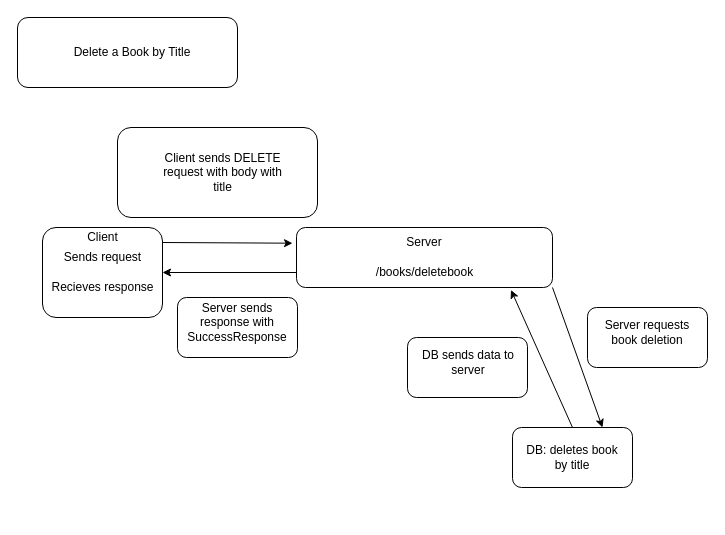
Above: page "delete" (3 of 4) of crudbookdesign/diagrams.drawio in mz106/week-7-repo-beta (draw.io), before the change. Source tidied: cells renumbered, new cells numbered last; positions are measured from the earlier drawing's top-left corner, leaving out a move shared by most shapes. Both pictures are drawn from the tidied source at 100%, with x=0, y=0 at pixel (17, 17).
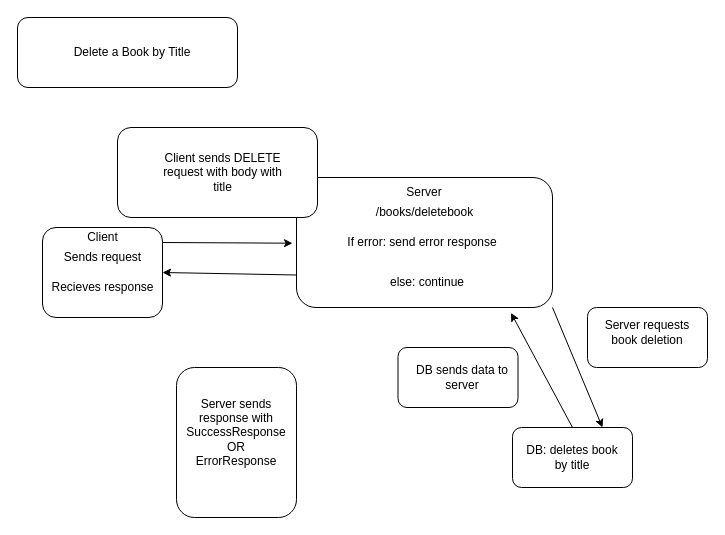
The same page after the edit.

Change to the diagram source:
```diff
@@
     <mxCell id="9" style="rounded=1;whiteSpace=wrap;html=1;" parent="1" vertex="1">
-      <mxGeometry x="279" y="210" width="256" height="60" as="geometry" />
+      <mxGeometry x="279" y="160" width="256" height="130" as="geometry" />
     </mxCell>
     <mxCell id="10" value="/books/deletebook" style="text;html=1;strokeColor=none;fillColor=none;align=center;verticalAlign=middle;whiteSpace=wrap;rounded=0;" parent="1" vertex="1">
-      <mxGeometry x="338.5" y="240" width="137" height="30" as="geometry" />
+      <mxGeometry x="338.5" y="180" width="137" height="30" as="geometry" />
     </mxCell>
@@
     <mxCell id="15" value="Server" style="text;html=1;strokeColor=none;fillColor=none;align=center;verticalAlign=middle;whiteSpace=wrap;rounded=0;" parent="1" vertex="1">
-      <mxGeometry x="377" y="210" width="60" height="30" as="geometry" />
+      <mxGeometry x="377" y="160" width="60" height="30" as="geometry" />
     </mxCell>
@@
     <mxCell id="18" style="rounded=1;whiteSpace=wrap;html=1;" parent="1" vertex="1">
-      <mxGeometry x="160" y="280" width="120" height="60" as="geometry" />
+      <mxGeometry x="159" y="350" width="120" height="150" as="geometry" />
     </mxCell>
-    <mxCell id="19" value="Server sends response with SuccessResponse" style="text;html=1;strokeColor=none;fillColor=none;align=center;verticalAlign=middle;whiteSpace=wrap;rounded=0;" parent="1" vertex="1">
-      <mxGeometry x="175" y="290" width="90" height="30" as="geometry" />
+    <mxCell id="19" value="Server sends response with SuccessResponse&lt;br&gt;OR&lt;br&gt;ErrorResponse" style="text;html=1;strokeColor=none;fillColor=none;align=center;verticalAlign=middle;whiteSpace=wrap;rounded=0;" parent="1" vertex="1">
+      <mxGeometry x="174" y="360" width="90" height="110" as="geometry" />
     </mxCell>
@@
     <mxCell id="23" style="rounded=1;whiteSpace=wrap;html=1;" parent="1" vertex="1">
-      <mxGeometry x="390" y="320" width="120" height="60" as="geometry" />
+      <mxGeometry x="380.5" y="330" width="120" height="60" as="geometry" />
     </mxCell>
     <mxCell id="24" value="DB sends data to server" style="text;html=1;strokeColor=none;fillColor=none;align=center;verticalAlign=middle;whiteSpace=wrap;rounded=0;" parent="1" vertex="1">
-      <mxGeometry x="400.5" y="330" width="100" height="30" as="geometry" />
+      <mxGeometry x="395" y="345" width="100" height="30" as="geometry" />
     </mxCell>
+    <mxCell id="25" value="If error: send error response" style="text;html=1;strokeColor=none;fillColor=none;align=center;verticalAlign=middle;whiteSpace=wrap;rounded=0;" parent="1" vertex="1">
+      <mxGeometry x="290" y="210" width="230" height="30" as="geometry" />
+    </mxCell>
+    <mxCell id="26" value="else: continue" style="text;html=1;strokeColor=none;fillColor=none;align=center;verticalAlign=middle;whiteSpace=wrap;rounded=0;" parent="1" vertex="1">
+      <mxGeometry x="290" y="250" width="240" height="30" as="geometry" />
+    </mxCell>
```
